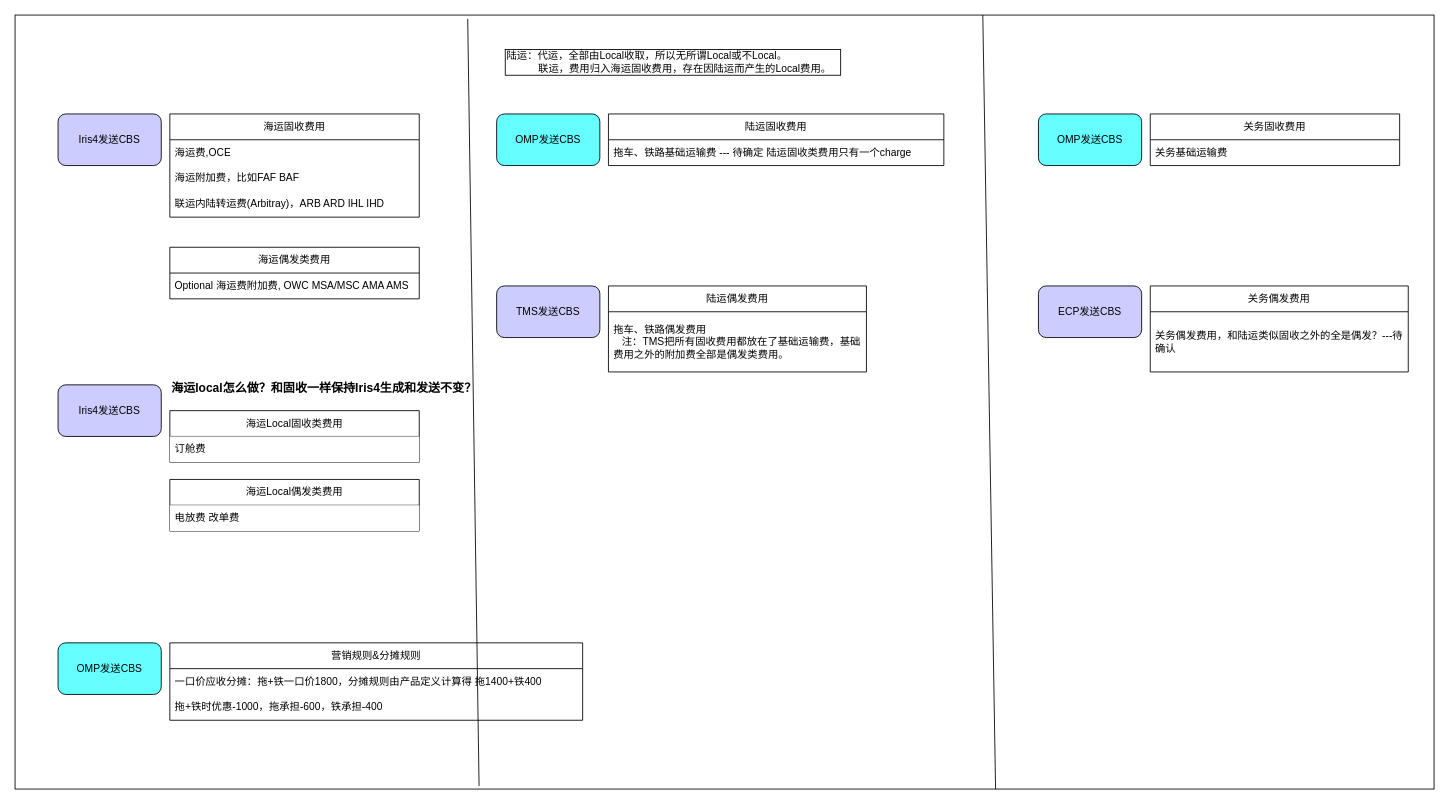
The draw.io diagram 计费模块-费用分类.drawio in Linsq0504/OMP, before the edit. Source tidied: cells renumbered, new cells numbered last; positions are measured from the earlier drawing's top-left corner, leaving out a move shared by most shapes. Both pictures are drawn from the tidied source at 86%, with x=0, y=0 at pixel (15, 15).
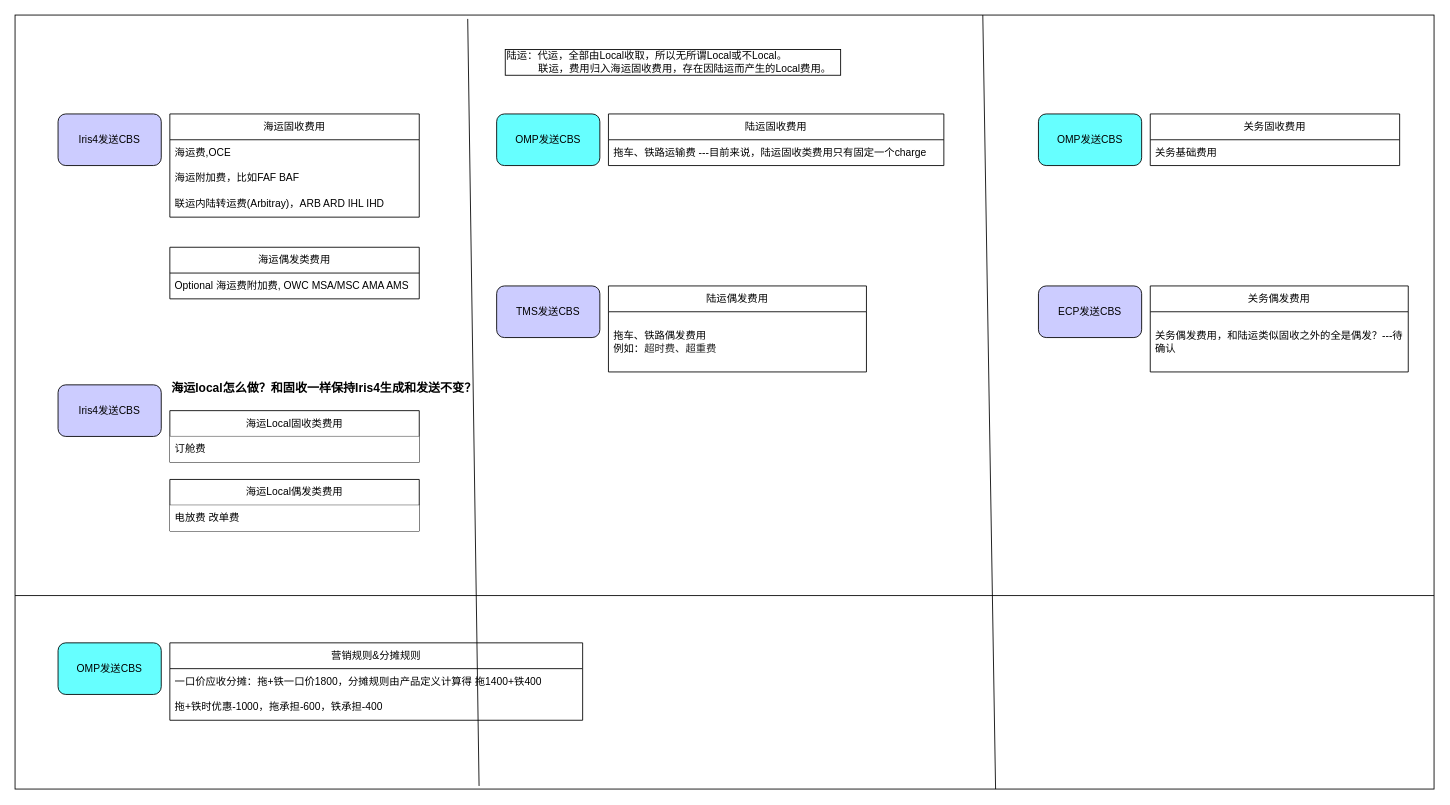
After the change.

Commit message:
更新计费模块-费用分类.drawio

Unchanged cells that the change refers to:
```xml
<mxCell id="2" style="rounded=0;whiteSpace=wrap;html=1;" parent="1" vertex="1">
  <mxGeometry width="1650" height="900" as="geometry" />
</mxCell>
<mxCell id="13" value="陆运固收费用" style="swimlane;fontStyle=0;horizontal=1;startSize=30;whiteSpace=wrap;html=1;" parent="1" vertex="1">
  <mxGeometry x="690" y="115" width="390" height="60" as="geometry" />
</mxCell>
<mxCell id="15" value="陆运偶发费用" style="swimlane;fontStyle=0;horizontal=1;startSize=30;whiteSpace=wrap;html=1;" parent="1" vertex="1">
  <mxGeometry x="690" y="315" width="300" height="100" as="geometry" />
</mxCell>
<mxCell id="18" value="关务固收费用" style="swimlane;fontStyle=0;horizontal=1;startSize=30;whiteSpace=wrap;html=1;" parent="1" vertex="1">
  <mxGeometry x="1320" y="115" width="290" height="60" as="geometry" />
</mxCell>
```

Change to the diagram source:
```diff
@@
-    <mxCell id="14" value="拖车、铁路基础运输费 --- 待确定 陆运固收类费用只有一个charge" style="text;strokeColor=none;fillColor=none;align=left;verticalAlign=middle;spacingLeft=4;spacingRight=4;overflow=hidden;whiteSpace=wrap;html=1;" parent="13" vertex="1">
+    <mxCell id="14" value="拖车、铁路运输费 ---目前来说，陆运固收类费用只有固定一个charge" style="text;strokeColor=none;fillColor=none;align=left;verticalAlign=middle;spacingLeft=4;spacingRight=4;overflow=hidden;whiteSpace=wrap;html=1;" parent="13" vertex="1">
       <mxGeometry y="30" width="390" height="30" as="geometry" />
     </mxCell>
@@
-    <mxCell id="16" value="拖车、铁路偶发费用&lt;div&gt;&amp;nbsp; &amp;nbsp;注：TMS把所有固收费用都放在了基础运输费，基础费用之外的附加费全部是偶发类费用。&lt;/div&gt;" style="text;strokeColor=none;fillColor=none;align=left;verticalAlign=middle;spacingLeft=4;spacingRight=4;overflow=hidden;whiteSpace=wrap;html=1;" parent="15" vertex="1">
+    <mxCell id="16" value="&lt;font style=&quot;font-size: 12px;&quot;&gt;拖车、铁路偶发费用&lt;/font&gt;&lt;div&gt;&lt;font style=&quot;font-size: 12px;&quot;&gt;例如：&lt;span style=&quot;background-color: rgb(255, 255, 255); color: rgba(0, 0, 0, 0.88); font-family: &amp;quot;Helvetica Neue&amp;quot;, helvetica, &amp;quot;PingFang SC&amp;quot;, &amp;quot;Hiragino Sans GB&amp;quot;, &amp;quot;Microsoft YaHei&amp;quot;, arial, sans-serif;&quot;&gt;超时费、超重费&lt;/span&gt;&lt;/font&gt;&lt;/div&gt;" style="text;strokeColor=none;fillColor=none;align=left;verticalAlign=middle;spacingLeft=4;spacingRight=4;overflow=hidden;whiteSpace=wrap;html=1;" parent="15" vertex="1">
       <mxGeometry y="30" width="300" height="70" as="geometry" />
     </mxCell>
@@
-    <mxCell id="19" value="关务基础运输费" style="text;strokeColor=none;fillColor=none;align=left;verticalAlign=middle;spacingLeft=4;spacingRight=4;overflow=hidden;whiteSpace=wrap;html=1;" parent="18" vertex="1">
+    <mxCell id="19" value="关务基础费用" style="text;strokeColor=none;fillColor=none;align=left;verticalAlign=middle;spacingLeft=4;spacingRight=4;overflow=hidden;whiteSpace=wrap;html=1;" parent="18" vertex="1">
       <mxGeometry y="30" width="290" height="30" as="geometry" />
     </mxCell>
@@
+    <mxCell id="35" style="endArrow=none;html=1;rounded=0;defaultLabelBackgroundColor=page;labelPadding=0 4;exitX=1;exitY=0.75;exitDx=0;exitDy=0;entryX=0;entryY=0.75;entryDx=0;entryDy=0;" parent="1" edge="1" source="2" target="2">
+      <mxGeometry relative="1" as="geometry" />
+    </mxCell>
```
